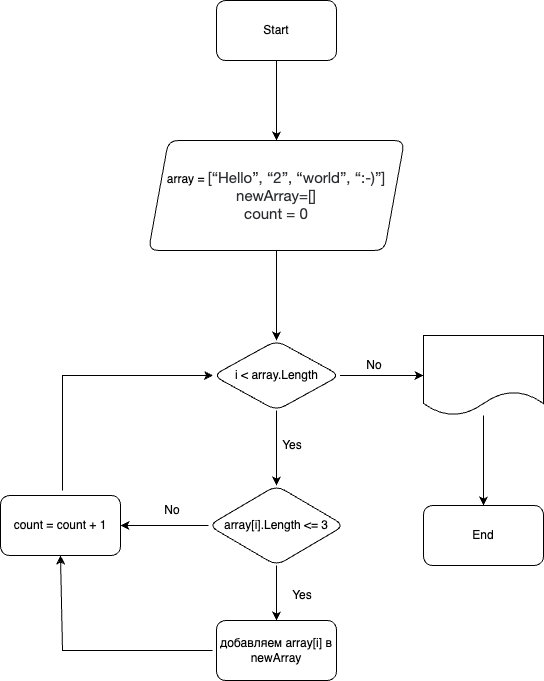
The draw.io diagram Диаграмма.png in BrovYV/FinalTaskBlock1, before a commit. Source tidied: cells renumbered, new cells last; positions are measured from the earlier drawing's top-left corner, leaving out a move shared by most shapes.
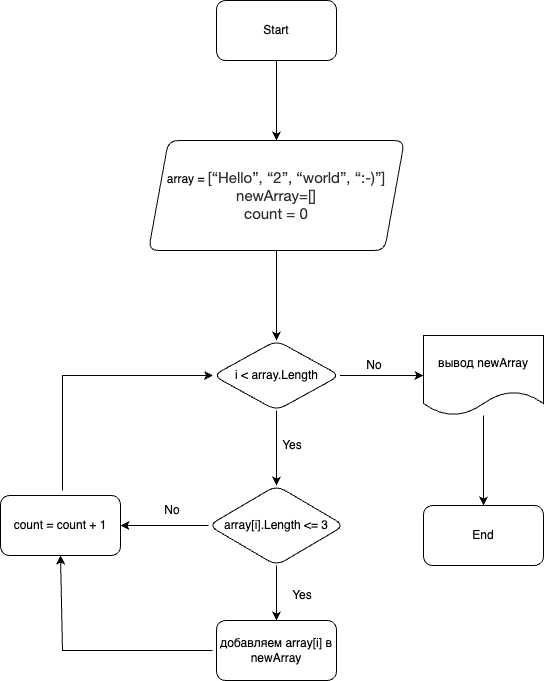
After the commit.

What changed in the source:
```diff
@@ -38,7 +38,7 @@
     <mxCell id="13" style="edgeStyle=orthogonalEdgeStyle;rounded=0;jettySize=auto;html=1;" parent="1" edge="1" source="14" target="22">
       <mxGeometry relative="1" as="geometry" />
     </mxCell>
-    <mxCell id="14" style="shape=document;whiteSpace=wrap;html=1;boundedLbl=1;rounded=1;" parent="1" vertex="1">
+    <mxCell id="14" value="вывод newArray" style="shape=document;whiteSpace=wrap;html=1;boundedLbl=1;rounded=1;" parent="1" vertex="1">
       <mxGeometry x="423" y="335" width="120" height="80" as="geometry" />
     </mxCell>
     <mxCell id="15" value="No" style="text;html=1;align=center;verticalAlign=middle;whiteSpace=wrap;rounded=0;" parent="1" vertex="1">
```
